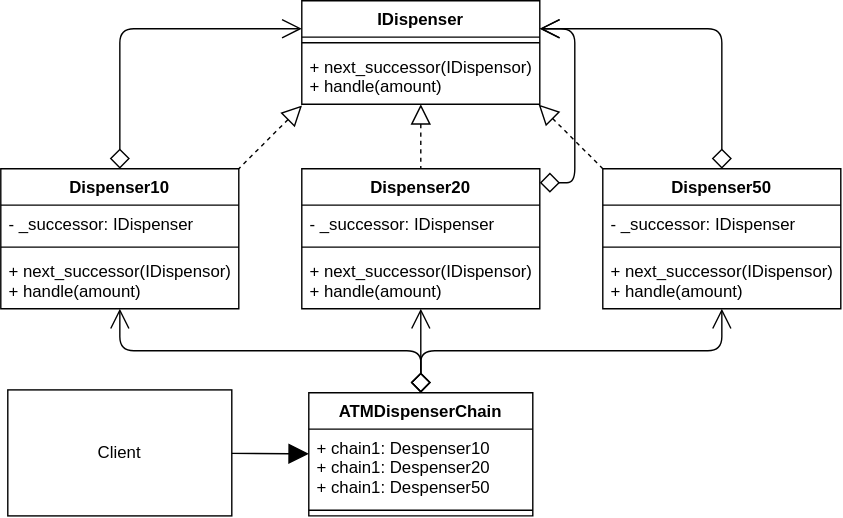
Before: img/chain_of_responsibility_example.svg, a diagram exported from draw.io (Sean-Bradley/Design-Patterns-In-Python). Source tidied: cells renumbered, new cells last; positions are measured from the earlier drawing's top-left corner, leaving out a move shared by most shapes. Its diagram source:
```xml
<mxGraphModel>
  <root>
    <mxCell id="0" />
    <mxCell id="1" parent="0" />
    <mxCell id="2" value="Client" style="rounded=0;whiteSpace=wrap;html=1;" parent="1" vertex="1">
      <mxGeometry x="5" y="278" width="160" height="90" as="geometry" />
    </mxCell>
    <mxCell id="3" style="endArrow=none;endFill=0;endSize=12;html=1;startArrow=block;startFill=1;startSize=12;" parent="1" edge="1" source="6" target="2">
      <mxGeometry relative="1" as="geometry" />
    </mxCell>
    <mxCell id="4" style="endArrow=none;endFill=0;endSize=12;html=1;startArrow=block;startFill=0;startSize=12;dashed=1;" parent="1" edge="1" source="13" target="21">
      <mxGeometry relative="1" as="geometry" />
    </mxCell>
    <mxCell id="5" style="endArrow=none;endFill=0;endSize=12;html=1;startArrow=block;startFill=0;startSize=12;dashed=1;exitX=0.001;exitY=1.021;exitDx=0;exitDy=0;exitPerimeter=0;entryX=1;entryY=0;entryDx=0;entryDy=0;" parent="1" edge="1" source="15" target="9">
      <mxGeometry relative="1" as="geometry" />
    </mxCell>
    <mxCell id="6" value="ATMDispenserChain" style="swimlane;fontStyle=1;align=center;verticalAlign=top;horizontal=1;startSize=26;" parent="1" vertex="1">
      <mxGeometry x="220" y="280" width="160" height="88" as="geometry" />
    </mxCell>
    <mxCell id="7" value="+ chain1: Despenser10&#10;+ chain1: Despenser20&#10;+ chain1: Despenser50&#10;&#10;" style="text;strokeColor=none;fillColor=none;align=left;verticalAlign=top;spacingLeft=4;spacingRight=4;overflow=hidden;" parent="6" vertex="1">
      <mxGeometry y="26" width="160" height="54" as="geometry" />
    </mxCell>
    <mxCell id="8" style="line;strokeWidth=1;fillColor=none;align=left;verticalAlign=middle;spacingTop=-1;spacingLeft=3;spacingRight=3;labelPosition=right;" parent="6" vertex="1">
      <mxGeometry y="80" width="160" height="8" as="geometry" />
    </mxCell>
    <mxCell id="9" value="Dispenser10" style="swimlane;fontStyle=1;align=center;verticalAlign=top;horizontal=1;startSize=26;" parent="1" vertex="1">
      <mxGeometry y="120" width="170" height="100" as="geometry" />
    </mxCell>
    <mxCell id="10" value="- _successor: IDispenser" style="text;strokeColor=none;fillColor=none;align=left;verticalAlign=top;spacingLeft=4;spacingRight=4;overflow=hidden;" parent="9" vertex="1">
      <mxGeometry y="26" width="170" height="26" as="geometry" />
    </mxCell>
    <mxCell id="11" style="line;strokeWidth=1;fillColor=none;align=left;verticalAlign=middle;spacingTop=-1;spacingLeft=3;spacingRight=3;labelPosition=right;" parent="9" vertex="1">
      <mxGeometry y="52" width="170" height="8" as="geometry" />
    </mxCell>
    <mxCell id="12" value="+ next_successor(IDispensor)&#10;+ handle(amount)" style="text;strokeColor=none;fillColor=none;align=left;verticalAlign=top;spacingLeft=4;spacingRight=4;overflow=hidden;" parent="9" vertex="1">
      <mxGeometry y="60" width="170" height="40" as="geometry" />
    </mxCell>
    <mxCell id="13" value="IDispenser" style="swimlane;fontStyle=1;align=center;verticalAlign=top;horizontal=1;startSize=26;" parent="1" vertex="1">
      <mxGeometry x="215" width="170" height="74" as="geometry" />
    </mxCell>
    <mxCell id="14" style="line;strokeWidth=1;fillColor=none;align=left;verticalAlign=middle;spacingTop=-1;spacingLeft=3;spacingRight=3;labelPosition=right;" parent="13" vertex="1">
      <mxGeometry y="26" width="170" height="8" as="geometry" />
    </mxCell>
    <mxCell id="15" value="+ next_successor(IDispensor)&#10;+ handle(amount)" style="text;strokeColor=none;fillColor=none;align=left;verticalAlign=top;spacingLeft=4;spacingRight=4;overflow=hidden;points=[[0,0.5],[1,0.5]];portConstraint=eastwest;" parent="13" vertex="1">
      <mxGeometry y="34" width="170" height="40" as="geometry" />
    </mxCell>
    <mxCell id="16" value="Dispenser50" style="swimlane;fontStyle=1;align=center;verticalAlign=top;horizontal=1;startSize=26;" parent="1" vertex="1">
      <mxGeometry x="430" y="120" width="170" height="100" as="geometry" />
    </mxCell>
    <mxCell id="17" value="- _successor: IDispenser" style="text;strokeColor=none;fillColor=none;align=left;verticalAlign=top;spacingLeft=4;spacingRight=4;overflow=hidden;" parent="16" vertex="1">
      <mxGeometry y="26" width="170" height="26" as="geometry" />
    </mxCell>
    <mxCell id="18" style="line;strokeWidth=1;fillColor=none;align=left;verticalAlign=middle;spacingTop=-1;spacingLeft=3;spacingRight=3;labelPosition=right;" parent="16" vertex="1">
      <mxGeometry y="52" width="170" height="8" as="geometry" />
    </mxCell>
    <mxCell id="19" value="+ next_successor(IDispensor)&#10;+ handle(amount)" style="text;strokeColor=none;fillColor=none;align=left;verticalAlign=top;spacingLeft=4;spacingRight=4;overflow=hidden;" parent="16" vertex="1">
      <mxGeometry y="60" width="170" height="40" as="geometry" />
    </mxCell>
    <mxCell id="20" style="endArrow=none;endFill=0;endSize=12;html=1;startArrow=block;startFill=0;startSize=12;dashed=1;exitX=0.995;exitY=1.003;exitDx=0;exitDy=0;exitPerimeter=0;entryX=0;entryY=0;entryDx=0;entryDy=0;" parent="1" edge="1" source="15" target="16">
      <mxGeometry relative="1" as="geometry" />
    </mxCell>
    <mxCell id="21" value="Dispenser20" style="swimlane;fontStyle=1;align=center;verticalAlign=top;horizontal=1;startSize=26;" parent="1" vertex="1">
      <mxGeometry x="215" y="120" width="170" height="100" as="geometry" />
    </mxCell>
    <mxCell id="22" value="- _successor: IDispenser" style="text;strokeColor=none;fillColor=none;align=left;verticalAlign=top;spacingLeft=4;spacingRight=4;overflow=hidden;" parent="21" vertex="1">
      <mxGeometry y="26" width="170" height="26" as="geometry" />
    </mxCell>
    <mxCell id="23" style="line;strokeWidth=1;fillColor=none;align=left;verticalAlign=middle;spacingTop=-1;spacingLeft=3;spacingRight=3;labelPosition=right;" parent="21" vertex="1">
      <mxGeometry y="52" width="170" height="8" as="geometry" />
    </mxCell>
    <mxCell id="24" value="+ next_successor(IDispensor)&#10;+ handle(amount)" style="text;strokeColor=none;fillColor=none;align=left;verticalAlign=top;spacingLeft=4;spacingRight=4;overflow=hidden;" parent="21" vertex="1">
      <mxGeometry y="60" width="170" height="40" as="geometry" />
    </mxCell>
    <mxCell id="25" style="endArrow=diamond;endFill=0;endSize=12;html=1;startArrow=open;startFill=0;startSize=12;edgeStyle=orthogonalEdgeStyle;" parent="1" edge="1" source="21" target="6">
      <mxGeometry relative="1" as="geometry">
        <Array as="points">
          <mxPoint x="300" y="280" />
          <mxPoint x="300" y="280" />
        </Array>
      </mxGeometry>
    </mxCell>
    <mxCell id="26" style="endArrow=diamond;endFill=0;endSize=12;html=1;startArrow=open;startFill=0;startSize=12;edgeStyle=orthogonalEdgeStyle;" parent="1" edge="1" source="16" target="6">
      <mxGeometry relative="1" as="geometry">
        <Array as="points">
          <mxPoint x="515" y="250" />
          <mxPoint x="300" y="250" />
        </Array>
      </mxGeometry>
    </mxCell>
    <mxCell id="27" style="endArrow=diamond;endFill=0;endSize=12;html=1;startArrow=open;startFill=0;startSize=12;edgeStyle=orthogonalEdgeStyle;" parent="1" edge="1" source="9" target="6">
      <mxGeometry relative="1" as="geometry">
        <Array as="points">
          <mxPoint x="85" y="250" />
          <mxPoint x="300" y="250" />
        </Array>
      </mxGeometry>
    </mxCell>
    <mxCell id="28" style="endArrow=diamond;endFill=0;endSize=12;html=1;startArrow=open;startFill=0;startSize=12;edgeStyle=orthogonalEdgeStyle;" parent="1" edge="1" source="13" target="9">
      <mxGeometry relative="1" as="geometry">
        <Array as="points">
          <mxPoint x="85" y="20" />
        </Array>
      </mxGeometry>
    </mxCell>
    <mxCell id="29" style="endArrow=diamond;endFill=0;endSize=12;html=1;startArrow=open;startFill=0;startSize=12;edgeStyle=orthogonalEdgeStyle;" parent="1" edge="1" source="13" target="16">
      <mxGeometry relative="1" as="geometry">
        <Array as="points">
          <mxPoint x="515" y="20" />
        </Array>
      </mxGeometry>
    </mxCell>
    <mxCell id="30" style="endArrow=diamond;endFill=0;endSize=12;html=1;startArrow=open;startFill=0;startSize=12;edgeStyle=orthogonalEdgeStyle;" parent="1" edge="1" source="13" target="21">
      <mxGeometry relative="1" as="geometry">
        <Array as="points">
          <mxPoint x="410" y="20" />
          <mxPoint x="410" y="130" />
        </Array>
      </mxGeometry>
    </mxCell>
  </root>
</mxGraphModel>
```
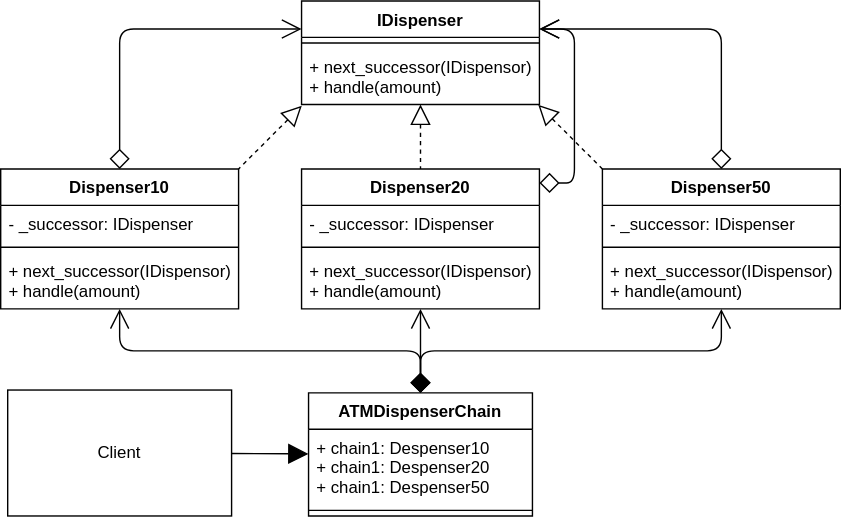
After the commit.

Diff of the diagram source:
```diff
@@ -71,7 +71,7 @@
     <mxCell id="24" value="+ next_successor(IDispensor)&#10;+ handle(amount)" style="text;strokeColor=none;fillColor=none;align=left;verticalAlign=top;spacingLeft=4;spacingRight=4;overflow=hidden;" parent="21" vertex="1">
       <mxGeometry y="60" width="170" height="40" as="geometry" />
     </mxCell>
-    <mxCell id="25" style="endArrow=diamond;endFill=0;endSize=12;html=1;startArrow=open;startFill=0;startSize=12;edgeStyle=orthogonalEdgeStyle;" parent="1" edge="1" source="21" target="6">
+    <mxCell id="25" style="endArrow=diamond;endFill=1;endSize=12;html=1;startArrow=open;startFill=0;startSize=12;edgeStyle=orthogonalEdgeStyle;" parent="1" edge="1" source="21" target="6">
       <mxGeometry relative="1" as="geometry">
         <Array as="points">
           <mxPoint x="300" y="280" />
@@ -79,7 +79,7 @@
         </Array>
       </mxGeometry>
     </mxCell>
-    <mxCell id="26" style="endArrow=diamond;endFill=0;endSize=12;html=1;startArrow=open;startFill=0;startSize=12;edgeStyle=orthogonalEdgeStyle;" parent="1" edge="1" source="16" target="6">
+    <mxCell id="26" style="endArrow=diamond;endFill=1;endSize=12;html=1;startArrow=open;startFill=0;startSize=12;edgeStyle=orthogonalEdgeStyle;" parent="1" edge="1" source="16" target="6">
       <mxGeometry relative="1" as="geometry">
         <Array as="points">
           <mxPoint x="515" y="250" />
@@ -87,7 +87,7 @@
         </Array>
       </mxGeometry>
     </mxCell>
-    <mxCell id="27" style="endArrow=diamond;endFill=0;endSize=12;html=1;startArrow=open;startFill=0;startSize=12;edgeStyle=orthogonalEdgeStyle;" parent="1" edge="1" source="9" target="6">
+    <mxCell id="27" style="endArrow=diamond;endFill=1;endSize=12;html=1;startArrow=open;startFill=0;startSize=12;edgeStyle=orthogonalEdgeStyle;" parent="1" edge="1" source="9" target="6">
       <mxGeometry relative="1" as="geometry">
         <Array as="points">
           <mxPoint x="85" y="250" />
```
